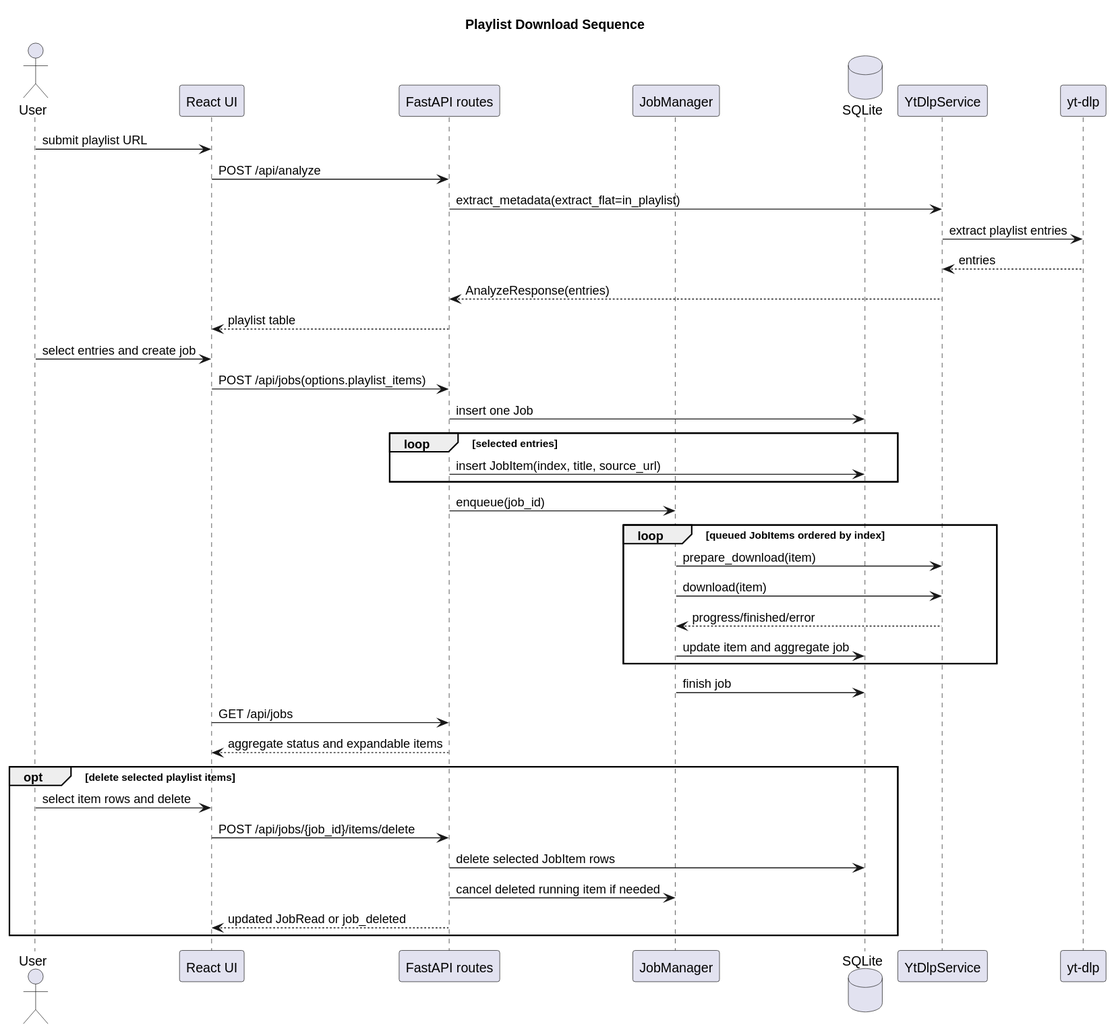
hnucjx/Design-and-Implementation-of-Database-Watermarking-Algorithms-Resistant-to-Brute-Force-Attacks. keeps this PlantUML diagram as docs/assets/diagrams/playlist-sequence.svg. Above is the earlier version. Source of this version:
```plantuml
@startuml
title Playlist Download Sequence
skinparam shadowing false

actor User
participant "React UI" as UI
participant "FastAPI routes" as API
participant "JobManager" as Manager
database "SQLite" as DB
participant "YtDlpService" as Service
participant "yt-dlp" as YTDLP

User -> UI : submit playlist URL
UI -> API : POST /api/analyze
API -> Service : extract_metadata(extract_flat=in_playlist)
Service -> YTDLP : extract playlist entries
YTDLP --> Service : entries
Service --> API : AnalyzeResponse(entries)
API --> UI : playlist table

User -> UI : select entries and create job
UI -> API : POST /api/jobs(options.playlist_items)
API -> DB : insert one Job
loop selected entries
  API -> DB : insert JobItem(index, title, source_url)
end
API -> Manager : enqueue(job_id)

loop queued JobItems ordered by index
  Manager -> Service : prepare_download(item)
  Manager -> Service : download(item)
  Service --> Manager : progress/finished/error
  Manager -> DB : update item and aggregate job
end

Manager -> DB : finish job
UI -> API : GET /api/jobs
API --> UI : aggregate status and expandable items

opt delete selected playlist items
  User -> UI : select item rows and delete
  UI -> API : POST /api/jobs/{job_id}/items/delete
  API -> DB : delete selected JobItem rows
  API -> Manager : cancel deleted running item if needed
  API --> UI : updated JobRead or job_deleted
end
@enduml
```
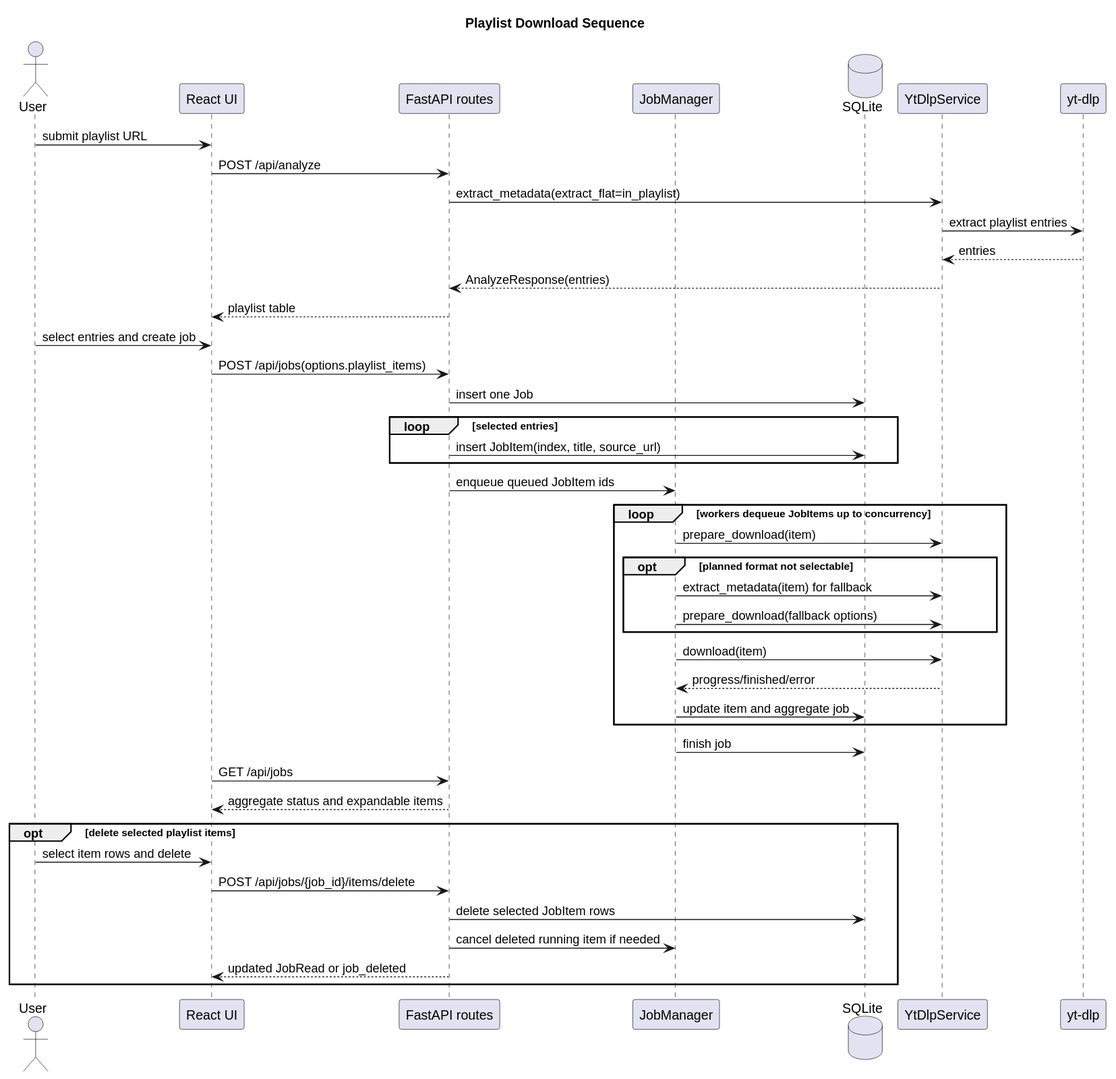
The same file after the commit.

Diff of the diagram source:
```diff
@@ -24,10 +24,14 @@
 loop selected entries
   API -> DB : insert JobItem(index, title, source_url)
 end
-API -> Manager : enqueue(job_id)
+API -> Manager : enqueue queued JobItem ids
 
-loop queued JobItems ordered by index
+loop workers dequeue JobItems up to concurrency
   Manager -> Service : prepare_download(item)
+  opt planned format not selectable
+    Manager -> Service : extract_metadata(item) for fallback
+    Manager -> Service : prepare_download(fallback options)
+  end
   Manager -> Service : download(item)
   Service --> Manager : progress/finished/error
   Manager -> DB : update item and aggregate job
```
